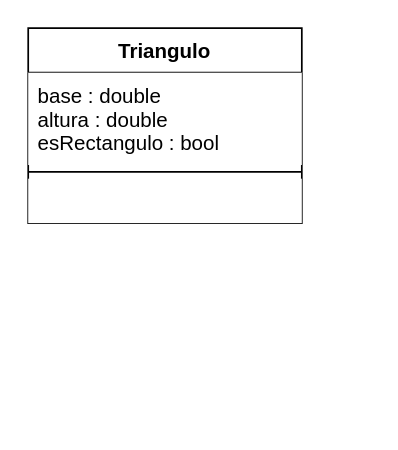
This is triangulo.drawio from presuel/POO, a draw.io file, before an edit. Source tidied: cells renumbered, new cells numbered last; positions are measured from the earlier drawing's top-left corner, leaving out a move shared by most shapes. Both pictures are drawn from the tidied source at 171%, with x=0, y=0 at pixel (27, 27).
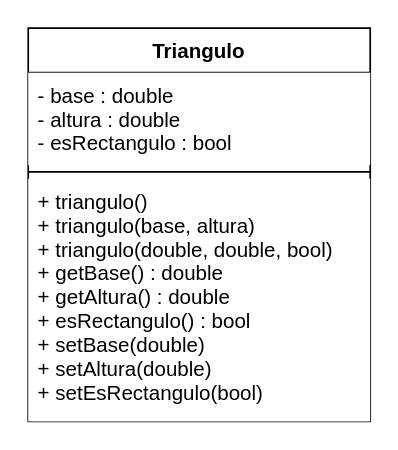
Above is the later version.

What changed in the source:
```diff
@@
 <mxGraphModel>
   <root>
     <mxCell id="0" />
     <mxCell id="1" parent="0" />
     <mxCell id="2" value="Triangulo" style="swimlane;fontStyle=1;align=center;verticalAlign=top;horizontal=1;startSize=26;" parent="1" vertex="1">
-      <mxGeometry width="160" height="114" as="geometry" />
+      <mxGeometry width="200" height="230" as="geometry" />
     </mxCell>
-    <mxCell id="3" value="base : double&#10;altura : double&#10;esRectangulo : bool" style="text;strokeColor=none;fillColor=default;align=left;verticalAlign=top;spacingLeft=4;spacingRight=4;overflow=hidden;" parent="2" vertex="1">
-      <mxGeometry y="26" width="160" height="54" as="geometry" />
+    <mxCell id="3" value="- base : double&#10;- altura : double&#10;- esRectangulo : bool" style="text;strokeColor=none;fillColor=default;align=left;verticalAlign=top;spacingLeft=4;spacingRight=4;overflow=hidden;" parent="2" vertex="1">
+      <mxGeometry y="26" width="200" height="54" as="geometry" />
     </mxCell>
     <mxCell id="4" style="line;strokeWidth=1;fillColor=none;align=left;verticalAlign=middle;spacingTop=-1;spacingLeft=3;spacingRight=3;labelPosition=right;strokeColor=inherit;" parent="2" vertex="1">
-      <mxGeometry y="80" width="160" height="8" as="geometry" />
+      <mxGeometry y="80" width="200" height="8" as="geometry" />
     </mxCell>
-    <mxCell id="5" value=" " style="text;strokeColor=none;fillColor=default;align=left;verticalAlign=top;spacingLeft=4;spacingRight=4;overflow=hidden;" parent="2" vertex="1">
-      <mxGeometry y="88" width="160" height="26" as="geometry" />
+    <mxCell id="5" value="+ triangulo()&#10;+ triangulo(base, altura)&#10;+ triangulo(double, double, bool)&#10;+ getBase() : double&#10;+ getAltura() : double&#10;+ esRectangulo() : bool&#10;+ setBase(double)&#10;+ setAltura(double)&#10;+ setEsRectangulo(bool)" style="text;strokeColor=none;fillColor=default;align=left;verticalAlign=top;spacingLeft=4;spacingRight=4;overflow=hidden;" parent="2" vertex="1">
+      <mxGeometry y="88" width="200" height="142" as="geometry" />
     </mxCell>
   </root>
 </mxGraphModel>
```
